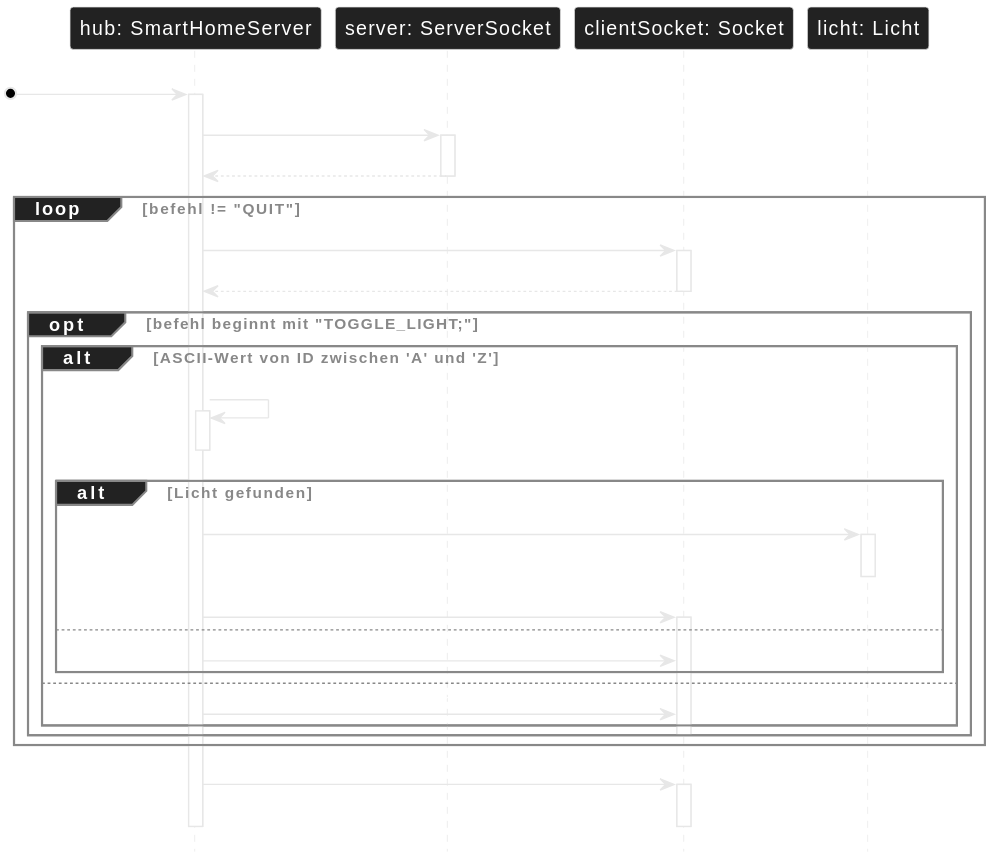
The PlantUML diagram assets/img/sec5/lvl20-2.svg in OnlyCook/abitur-elite-code, before a commit.
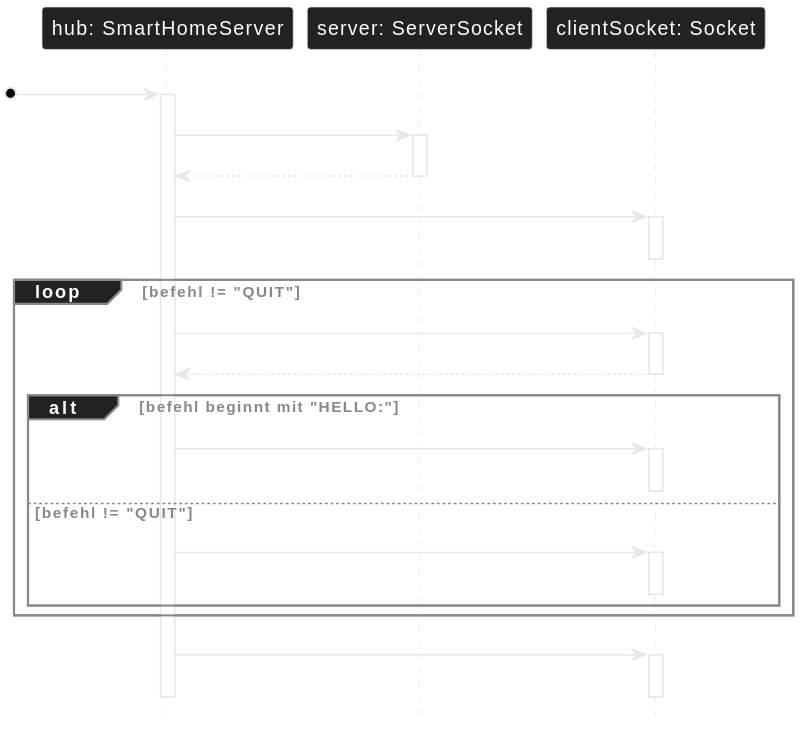
The same file after the commit.

The edit, as a diff of the source:
```diff
@@ -8,7 +8,6 @@
 participant "hub: SmartHomeServer" as S
 participant "server: ServerSocket" as SS
 participant "clientSocket: Socket" as CS
-participant "licht: Licht" as L
 
 [o-> S : startServer()
 activate S
@@ -16,30 +15,22 @@
 activate SS
 SS --> S : clientSocket
 deactivate SS
+S -> CS : write("+OK Smart Home Hub\\n")
+activate CS
+deactivate CS
 loop befehl != "QUIT"
   S -> CS : readLine()
   activate CS
   CS --> S : befehl
   deactivate CS
-
-  opt befehl beginnt mit "TOGGLE_LIGHT;"
-    alt ASCII-Wert von ID zwischen 'A' und 'Z'
-      S -> S : suche Licht
-      activate S
-      deactivate S
-      alt Licht gefunden
-        S -> L : toggle()
-        activate L
-        deactivate L
-        S -> CS : write("+OK\\n")
-        activate CS
-      else
-        S -> CS : write("-ERR Licht nicht gefunden\\n")
-      end
-    else
-      S -> CS : write("-ERR ungültige ID\\n")
-    end
-  deactivate CS
+  alt befehl beginnt mit "HELLO:"
+    S -> CS : write("+ACK " + id + "\\n")
+    activate CS
+    deactivate CS
+  else befehl != "QUIT"
+    S -> CS : write("+ERR unbekannt\\n")
+    activate CS
+    deactivate CS
   end
 end
 S -> CS : close()
```
